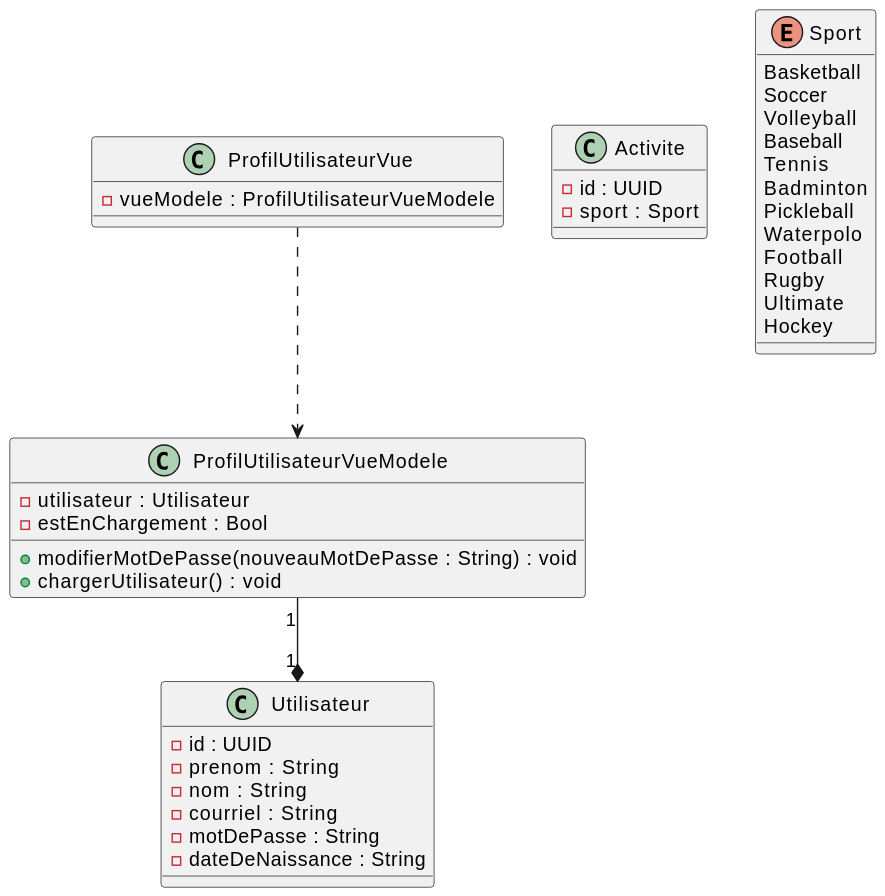
Above: diagrams/out/SportLink.svg in mrquaternion/SportLink (PlantUML), before the change.
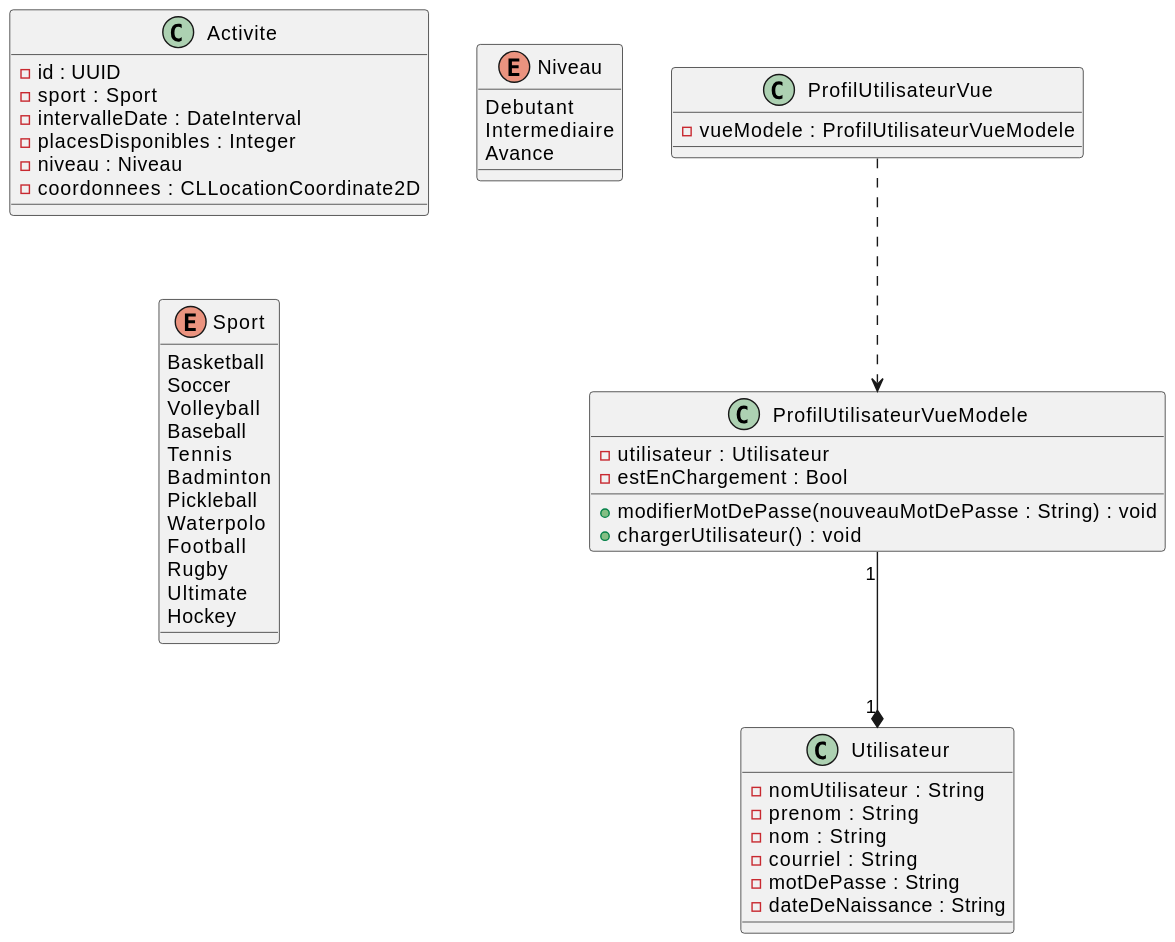
Later version of the same file.

Commit message:
Diagram export

Diff of the diagram source:
```diff
@@ -1,6 +1,6 @@
 @startuml
 class Utilisateur {
-  - {field} id : UUID
+  - {field} nomUtilisateur : String
   - {field} prenom : String
   - {field} nom : String
   - {field} courriel : String
@@ -25,6 +25,16 @@
 class Activite {
   - {field} id : UUID
   - {field} sport : Sport
+  - {field} intervalleDate : DateInterval
+  - {field} placesDisponibles : Integer
+  - {field} niveau : Niveau
+  - {field} coordonnees : CLLocationCoordinate2D
+}
+
+enum Niveau {
+  Debutant
+  Intermediaire
+  Avance
 }
 
 enum Sport {
```
